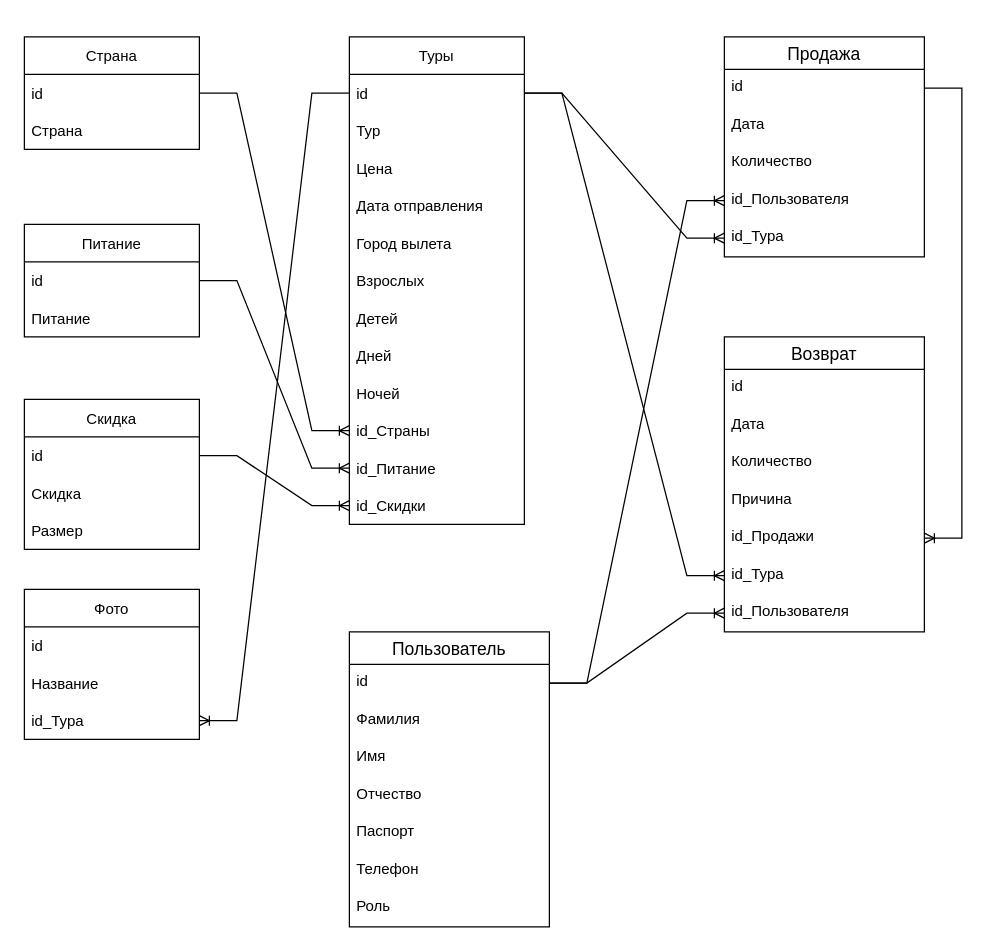
This is server/bsbd.drawio from ARAOvsepyan/BSBD_Coursework, a draw.io file, before an edit. Source tidied: cells renumbered, new cells numbered last; positions are measured from the earlier drawing's top-left corner, leaving out a move shared by most shapes. Both pictures are drawn from the tidied source at 125%, with x=0, y=0 at pixel (24, 36).
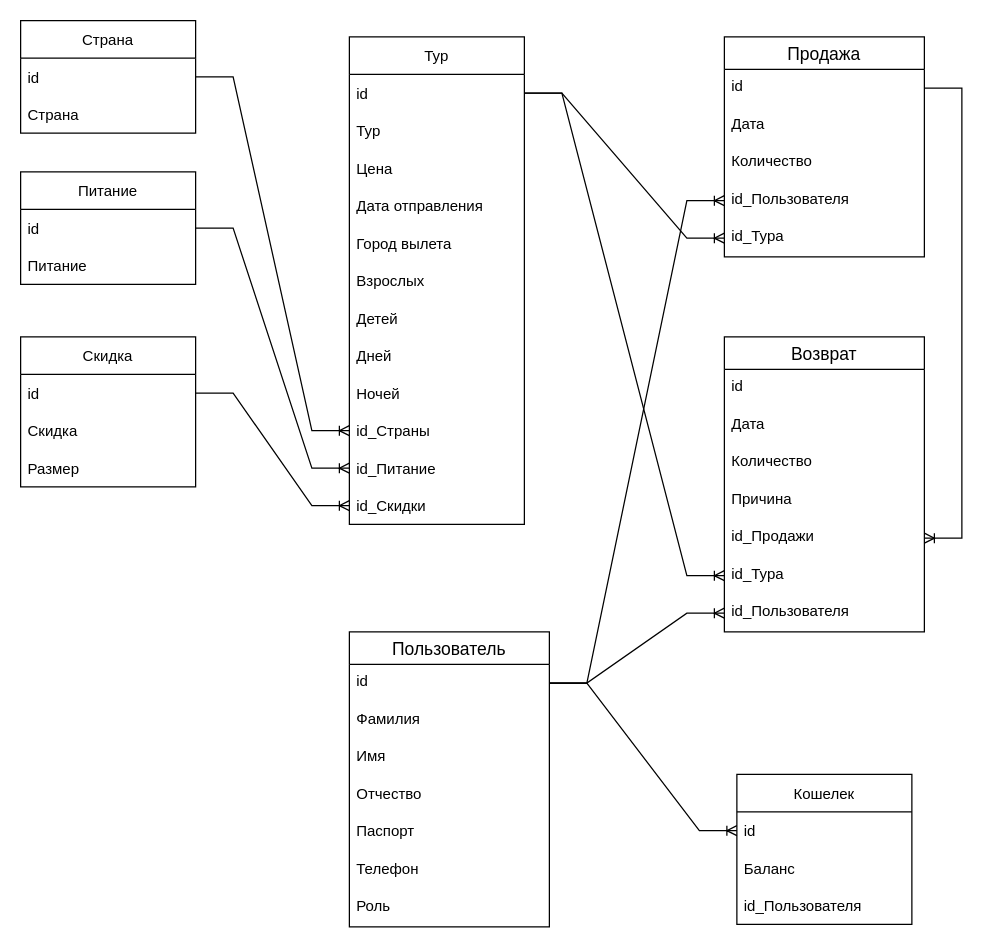
After the change.

Unchanged cells that the change refers to:
```xml
<mxCell id="3" value="id" style="text;strokeColor=none;fillColor=none;align=left;verticalAlign=middle;spacingLeft=4;spacingRight=4;overflow=hidden;points=[[0,0.5],[1,0.5]];portConstraint=eastwest;" parent="2" vertex="1">
  <mxGeometry y="30" width="140" height="30" as="geometry" />
</mxCell>
<mxCell id="41" value="id" style="text;strokeColor=none;fillColor=none;spacingLeft=4;spacingRight=4;overflow=hidden;points=[[0,0.5],[1,0.5]];portConstraint=eastwest;fontSize=12;" parent="40" vertex="1">
  <mxGeometry y="26" width="160" height="30" as="geometry" />
</mxCell>
```

Diff of the diagram source:
```diff
@@
-    <mxCell id="2" value="Туры" style="swimlane;fontStyle=0;horizontal=1;startSize=30;" parent="1" vertex="1">
+    <mxCell id="2" value="Тур" style="swimlane;fontStyle=0;horizontal=1;startSize=30;" parent="1" vertex="1">
       <mxGeometry x="260" width="140" height="390" as="geometry" />
     </mxCell>
@@
     <mxCell id="15" value="Страна" style="swimlane;fontStyle=0;horizontal=1;startSize=30;" parent="1" vertex="1">
-      <mxGeometry width="140" height="90" as="geometry" />
+      <mxGeometry x="-3" y="-13" width="140" height="90" as="geometry" />
     </mxCell>
@@
     <mxCell id="18" value="Питание" style="swimlane;fontStyle=0;horizontal=1;startSize=30;" parent="1" vertex="1">
-      <mxGeometry y="150" width="140" height="90" as="geometry" />
+      <mxGeometry x="-3" y="108" width="140" height="90" as="geometry" />
     </mxCell>
@@
     <mxCell id="21" value="Скидка" style="swimlane;fontStyle=0;horizontal=1;startSize=30;" parent="1" vertex="1">
-      <mxGeometry y="290" width="140" height="120" as="geometry" />
+      <mxGeometry x="-3" y="240" width="140" height="120" as="geometry" />
     </mxCell>
@@
-    <mxCell id="55" value="Фото" style="swimlane;fontStyle=0;horizontal=1;startSize=30;" parent="1" vertex="1">
-      <mxGeometry y="442" width="140" height="120" as="geometry" />
-    </mxCell>
+    <mxCell id="60" value="Кошелек" style="swimlane;fontStyle=0;horizontal=1;startSize=30;" parent="1" vertex="1">
+      <mxGeometry x="570" y="590" width="140" height="120" as="geometry" />
+    </mxCell>
-    <mxCell id="56" value="id" style="text;strokeColor=none;fillColor=none;align=left;verticalAlign=middle;spacingLeft=4;spacingRight=4;overflow=hidden;points=[[0,0.5],[1,0.5]];portConstraint=eastwest;" parent="55" vertex="1">
+    <mxCell id="56" value="id" style="text;strokeColor=none;fillColor=none;align=left;verticalAlign=middle;spacingLeft=4;spacingRight=4;overflow=hidden;points=[[0,0.5],[1,0.5]];portConstraint=eastwest;" parent="60" vertex="1">
       <mxGeometry y="30" width="140" height="30" as="geometry" />
     </mxCell>
-    <mxCell id="57" value="Название" style="text;strokeColor=none;fillColor=none;align=left;verticalAlign=middle;spacingLeft=4;spacingRight=4;overflow=hidden;" parent="55" vertex="1">
-      <mxGeometry y="60" width="140" height="30" as="geometry" />
-    </mxCell>
-    <mxCell id="58" value="id_Тура" style="text;strokeColor=none;fillColor=none;align=left;verticalAlign=middle;spacingLeft=4;spacingRight=4;overflow=hidden;points=[[0,0.5],[1,0.5]];portConstraint=eastwest;" parent="55" vertex="1">
-      <mxGeometry y="90" width="140" height="30" as="geometry" />
-    </mxCell>
-    <mxCell id="59" style="edgeStyle=entityRelationEdgeStyle;fontSize=12;html=1;endArrow=ERoneToMany;rounded=0;exitX=0;exitY=0.5;exitDx=0;exitDy=0;entryX=1;entryY=0.5;entryDx=0;entryDy=0;" parent="1" edge="1" source="3" target="58">
-      <mxGeometry relative="1" as="geometry" />
-    </mxCell>
+    <mxCell id="61" value="Баланс" style="text;strokeColor=none;fillColor=none;align=left;verticalAlign=middle;spacingLeft=4;spacingRight=4;overflow=hidden;" parent="60" vertex="1">
+      <mxGeometry y="60" width="140" height="30" as="geometry" />
+    </mxCell>
+    <mxCell id="62" value="id_Пользователя" style="text;strokeColor=none;fillColor=none;align=left;verticalAlign=middle;spacingLeft=4;spacingRight=4;overflow=hidden;" parent="60" vertex="1">
+      <mxGeometry y="90" width="140" height="30" as="geometry" />
+    </mxCell>
+    <mxCell id="63" style="edgeStyle=entityRelationEdgeStyle;fontSize=12;html=1;endArrow=ERoneToMany;rounded=0;entryX=0;entryY=0.5;entryDx=0;entryDy=0;exitX=1;exitY=0.5;exitDx=0;exitDy=0;" parent="1" edge="1" source="41" target="56">
+      <mxGeometry relative="1" as="geometry" />
+    </mxCell>
```
